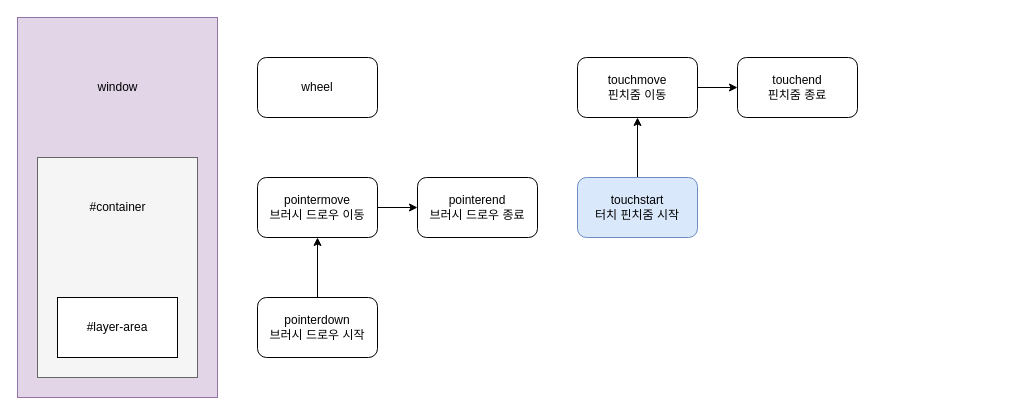
Earlier version of the draw.io diagram 제목 없는 다이어그램.drawio (oyc0401/graphic). Source tidied: cells renumbered, new cells numbered last; positions are measured from the earlier drawing's top-left corner, leaving out a move shared by most shapes. Both pictures are drawn from the tidied source at 100%, with x=0, y=0 at pixel (17, 17).
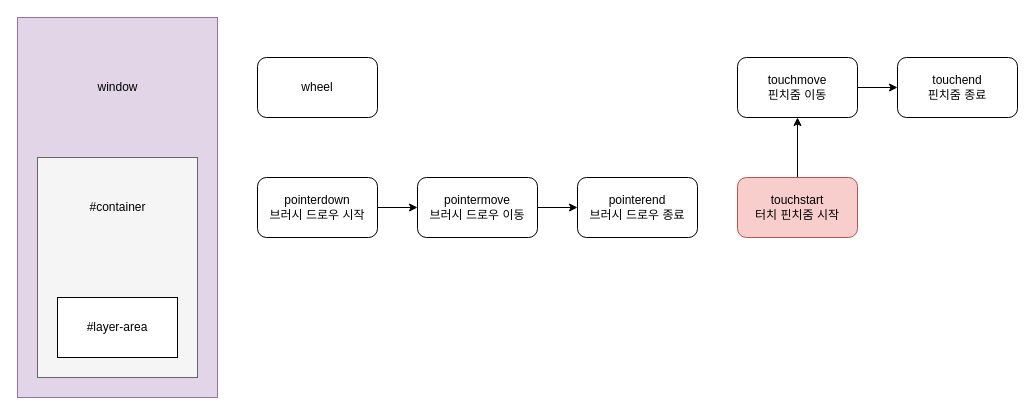
After the change.

Commit message:
화면 밖 팬기능 삭제

Diff of the diagram source:
```diff
@@
 <mxGraphModel>
   <root>
     <mxCell id="0" />
     <mxCell id="1" parent="0" />
     <mxCell id="2" style="rounded=0;whiteSpace=wrap;html=1;fillColor=#e1d5e7;strokeColor=#9673a6;" parent="1" vertex="1">
       <mxGeometry width="200" height="380" as="geometry" />
     </mxCell>
     <mxCell id="3" style="rounded=0;whiteSpace=wrap;html=1;fillColor=#f5f5f5;fontColor=#333333;strokeColor=#666666;" parent="1" vertex="1">
       <mxGeometry x="20" y="140" width="160" height="220" as="geometry" />
     </mxCell>
     <mxCell id="4" value="#layer-area" style="rounded=0;whiteSpace=wrap;html=1;" parent="1" vertex="1">
       <mxGeometry x="40" y="280" width="120" height="60" as="geometry" />
     </mxCell>
     <mxCell id="5" style="edgeStyle=orthogonalEdgeStyle;rounded=0;jettySize=auto;html=1;" parent="1" edge="1" source="6" target="8">
       <mxGeometry relative="1" as="geometry" />
     </mxCell>
     <mxCell id="6" value="pointerdown&lt;div&gt;브러시 드로우 시작&lt;/div&gt;" style="rounded=1;whiteSpace=wrap;html=1;" parent="1" vertex="1">
-      <mxGeometry x="240" y="280" width="120" height="60" as="geometry" />
+      <mxGeometry x="240" y="160" width="120" height="60" as="geometry" />
     </mxCell>
     <mxCell id="7" style="edgeStyle=orthogonalEdgeStyle;rounded=0;jettySize=auto;html=1;" parent="1" edge="1" source="8" target="9">
       <mxGeometry relative="1" as="geometry" />
     </mxCell>
     <mxCell id="8" value="pointermove&lt;div&gt;브러시 드로우 이동&lt;/div&gt;" style="rounded=1;whiteSpace=wrap;html=1;" parent="1" vertex="1">
-      <mxGeometry x="240" y="160" width="120" height="60" as="geometry" />
+      <mxGeometry x="400" y="160" width="120" height="60" as="geometry" />
     </mxCell>
     <mxCell id="9" value="pointerend&lt;div&gt;브러시 드로우 종료&lt;/div&gt;" style="rounded=1;whiteSpace=wrap;html=1;" parent="1" vertex="1">
-      <mxGeometry x="400" y="160" width="120" height="60" as="geometry" />
+      <mxGeometry x="560" y="160" width="120" height="60" as="geometry" />
     </mxCell>
     <mxCell id="10" value="window" style="text;html=1;align=center;verticalAlign=middle;strokeColor=none;fillColor=none;" parent="1" vertex="1">
       <mxGeometry x="70" y="55" width="60" height="30" as="geometry" />
     </mxCell>
     <mxCell id="11" value="#container" style="text;html=1;align=center;verticalAlign=middle;strokeColor=none;fillColor=none;" parent="1" vertex="1">
       <mxGeometry x="60" y="175" width="80" height="30" as="geometry" />
     </mxCell>
     <mxCell id="12" value="wheel" style="rounded=1;whiteSpace=wrap;html=1;" parent="1" vertex="1">
       <mxGeometry x="240" y="40" width="120" height="60" as="geometry" />
     </mxCell>
     <mxCell id="13" style="edgeStyle=orthogonalEdgeStyle;rounded=0;jettySize=auto;html=1;" parent="1" edge="1" source="14" target="16">
       <mxGeometry relative="1" as="geometry" />
     </mxCell>
-    <mxCell id="14" value="touchstart&lt;div&gt;터치 핀치줌 시작&lt;/div&gt;" style="rounded=1;whiteSpace=wrap;html=1;fillColor=#dae8fc;strokeColor=#6c8ebf;" parent="1" vertex="1">
-      <mxGeometry x="560" y="160" width="120" height="60" as="geometry" />
+    <mxCell id="14" value="touchstart&lt;div&gt;터치 핀치줌 시작&lt;/div&gt;" style="rounded=1;whiteSpace=wrap;html=1;fillColor=#f8cecc;strokeColor=#b85450;" parent="1" vertex="1">
+      <mxGeometry x="720" y="160" width="120" height="60" as="geometry" />
     </mxCell>
     <mxCell id="15" style="edgeStyle=orthogonalEdgeStyle;rounded=0;jettySize=auto;html=1;" parent="1" edge="1" source="16" target="17">
       <mxGeometry relative="1" as="geometry" />
     </mxCell>
     <mxCell id="16" value="touchmove&lt;div&gt;핀치줌 이동&lt;/div&gt;" style="rounded=1;whiteSpace=wrap;html=1;" parent="1" vertex="1">
-      <mxGeometry x="560" y="40" width="120" height="60" as="geometry" />
+      <mxGeometry x="720" y="40" width="120" height="60" as="geometry" />
     </mxCell>
     <mxCell id="17" value="touchend&lt;div&gt;핀치줌 종료&lt;/div&gt;" style="rounded=1;whiteSpace=wrap;html=1;" parent="1" vertex="1">
-      <mxGeometry x="720" y="40" width="120" height="60" as="geometry" />
+      <mxGeometry x="880" y="40" width="120" height="60" as="geometry" />
     </mxCell>
   </root>
 </mxGraphModel>
```
